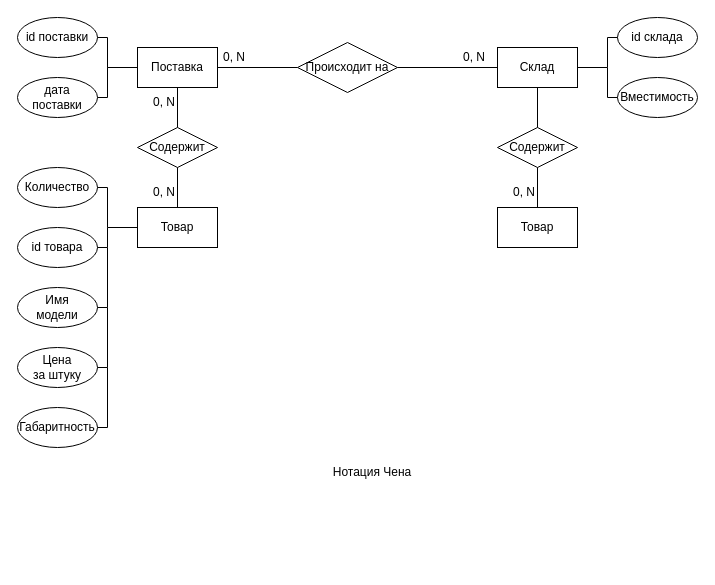
Above: КМПО V2.0.drawio in marsek4/ssp (draw.io), before the change. Source tidied: cells renumbered, new cells numbered last; positions are measured from the earlier drawing's top-left corner, leaving out a move shared by most shapes. Both pictures are drawn from the tidied source at 100%, with x=0, y=0 at pixel (17, 17).
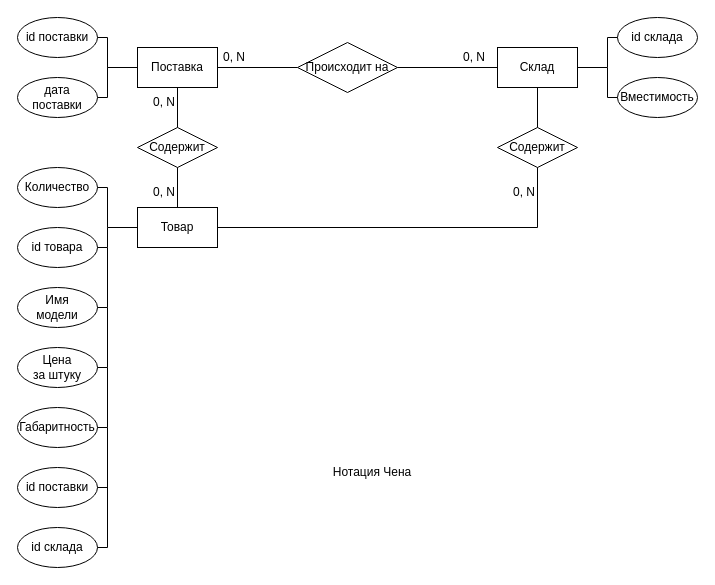
The same diagram, later.

Unchanged cells that the change refers to:
```xml
<mxCell id="6" value="Товар" style="rounded=0;whiteSpace=wrap;html=1;" parent="1" vertex="1">
  <mxGeometry x="120" y="190" width="80" height="40" as="geometry" />
</mxCell>
<mxCell id="23" value="Содержит" style="rhombus;whiteSpace=wrap;html=1;" parent="1" vertex="1">
  <mxGeometry x="480" y="110" width="80" height="40" as="geometry" />
</mxCell>
```

What changed in the source:
```diff
@@
-    <mxCell id="24" value="Товар" style="rounded=0;whiteSpace=wrap;html=1;" parent="1" vertex="1">
-      <mxGeometry x="480" y="190" width="80" height="40" as="geometry" />
-    </mxCell>
@@
-    <mxCell id="26" style="endArrow=none;html=1;rounded=0;entryX=0.5;entryY=1;entryDx=0;entryDy=0;exitX=0.5;exitY=0;exitDx=0;exitDy=0;" parent="1" edge="1" source="24" target="23">
-      <mxGeometry relative="1" as="geometry" />
+    <mxCell id="26" style="endArrow=none;html=1;rounded=0;entryX=0.5;entryY=1;entryDx=0;entryDy=0;exitX=1;exitY=0.5;exitDx=0;exitDy=0;" parent="1" edge="1" source="6" target="23">
+      <mxGeometry relative="1" as="geometry">
+        <Array as="points">
+          <mxPoint x="520" y="210" />
+        </Array>
+      </mxGeometry>
     </mxCell>
@@
+    <mxCell id="39" value="id поставки" style="ellipse;whiteSpace=wrap;html=1;" parent="1" vertex="1">
+      <mxGeometry y="450" width="80" height="40" as="geometry" />
+    </mxCell>
+    <mxCell id="40" value="id склада" style="ellipse;whiteSpace=wrap;html=1;" parent="1" vertex="1">
+      <mxGeometry y="510" width="80" height="40" as="geometry" />
+    </mxCell>
+    <mxCell id="41" style="endArrow=none;html=1;rounded=0;exitX=1;exitY=0.5;exitDx=0;exitDy=0;" parent="1" edge="1" source="40">
+      <mxGeometry relative="1" as="geometry">
+        <mxPoint x="90" y="410" as="targetPoint" />
+        <Array as="points">
+          <mxPoint x="90" y="530" />
+        </Array>
+      </mxGeometry>
+    </mxCell>
+    <mxCell id="42" style="endArrow=none;html=1;rounded=0;exitX=1;exitY=0.5;exitDx=0;exitDy=0;" parent="1" edge="1" source="39">
+      <mxGeometry relative="1" as="geometry">
+        <mxPoint x="90" y="470" as="targetPoint" />
+      </mxGeometry>
+    </mxCell>
```
